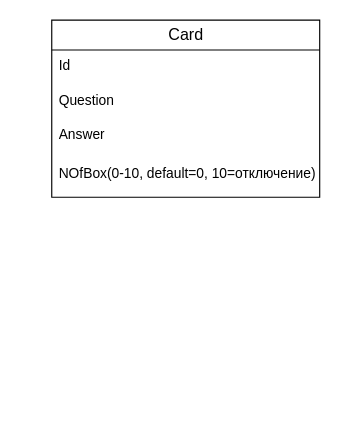
Before: page "DbPage" (1 of 3) of SpacedRepetition.drawio in DenisPald/spaced-repetition, a draw.io diagram. Source tidied: cells renumbered, new cells numbered last; positions are measured from the earlier drawing's top-left corner, leaving out a move shared by most shapes. Both pictures are drawn from the tidied source at 115%, with x=0, y=0 at pixel (52, 20).
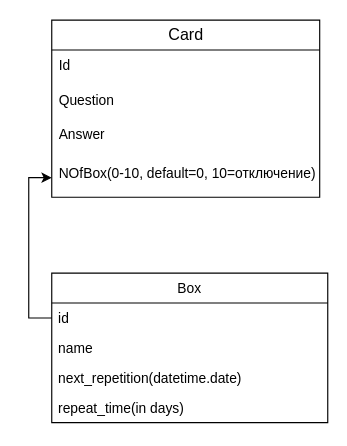
After the change.

The edit, as a diff of the source:
```diff
@@
 <mxGraphModel>
   <root>
     <mxCell id="0" />
     <mxCell id="1" parent="0" />
     <mxCell id="2" value="Card" style="swimlane;fontStyle=0;horizontal=1;startSize=26;align=center;fontSize=14;html=1;rounded=0;flipV=0;fillColor=none;shadow=0;" parent="1" vertex="1">
       <mxGeometry x="-0.5" width="233" height="154" as="geometry" />
     </mxCell>
     <mxCell id="3" value="Id" style="text;strokeColor=none;fillColor=none;spacingLeft=4;spacingRight=4;overflow=hidden;fontSize=12;align=left;html=1;rounded=0;flipV=0;shadow=0;" parent="2" vertex="1">
       <mxGeometry y="26" width="233" height="30" as="geometry" />
     </mxCell>
     <mxCell id="4" value="Question" style="text;strokeColor=none;fillColor=none;spacingLeft=4;spacingRight=4;overflow=hidden;fontSize=12;align=left;html=1;rounded=0;flipV=0;shadow=0;" parent="2" vertex="1">
       <mxGeometry y="56" width="233" height="30" as="geometry" />
     </mxCell>
     <mxCell id="5" value="Answer" style="text;strokeColor=none;fillColor=none;spacingLeft=4;spacingRight=4;overflow=hidden;fontSize=12;align=left;html=1;rounded=0;flipV=0;shadow=0;" parent="2" vertex="1">
       <mxGeometry y="86" width="233" height="34" as="geometry" />
     </mxCell>
     <mxCell id="6" value="NOfBox(0-10, default=0, 10=отключение)" style="text;strokeColor=none;fillColor=none;spacingLeft=4;spacingRight=4;overflow=hidden;points=[[0,0.5],[1,0.5]];portConstraint=eastwest;fontSize=12;align=left;html=1;rounded=0;flipV=0;shadow=0;" parent="2" vertex="1">
       <mxGeometry y="120" width="233" height="34" as="geometry" />
     </mxCell>
+    <mxCell id="7" value="Box" style="swimlane;fontStyle=0;horizontal=1;startSize=26;" parent="1" vertex="1">
+      <mxGeometry x="-0.5" y="220" width="240" height="130" as="geometry" />
+    </mxCell>
+    <mxCell id="8" value="id&#10;" style="text;strokeColor=none;fillColor=none;align=left;verticalAlign=top;spacingLeft=4;spacingRight=4;overflow=hidden;points=[[0,0.5],[1,0.5]];portConstraint=eastwest;" parent="7" vertex="1">
+      <mxGeometry y="26" width="240" height="26" as="geometry" />
+    </mxCell>
+    <mxCell id="9" value="name&#10;" style="text;strokeColor=none;fillColor=none;align=left;verticalAlign=top;spacingLeft=4;spacingRight=4;overflow=hidden;" parent="7" vertex="1">
+      <mxGeometry y="52" width="240" height="26" as="geometry" />
+    </mxCell>
+    <mxCell id="10" value="next_repetition(datetime.date)" style="text;strokeColor=none;fillColor=none;align=left;verticalAlign=top;spacingLeft=4;spacingRight=4;overflow=hidden;" parent="7" vertex="1">
+      <mxGeometry y="78" width="240" height="26" as="geometry" />
+    </mxCell>
+    <mxCell id="11" value="repeat_time(in days)&#10;" style="text;strokeColor=none;fillColor=none;align=left;verticalAlign=top;spacingLeft=4;spacingRight=4;overflow=hidden;" parent="7" vertex="1">
+      <mxGeometry y="104" width="240" height="26" as="geometry" />
+    </mxCell>
+    <mxCell id="12" style="edgeStyle=orthogonalEdgeStyle;rounded=0;jettySize=auto;html=1;exitX=0;exitY=0.5;exitDx=0;exitDy=0;entryX=0;entryY=0.5;entryDx=0;entryDy=0;" parent="1" edge="1" source="8" target="6">
+      <mxGeometry relative="1" as="geometry" />
+    </mxCell>
   </root>
 </mxGraphModel>
```
